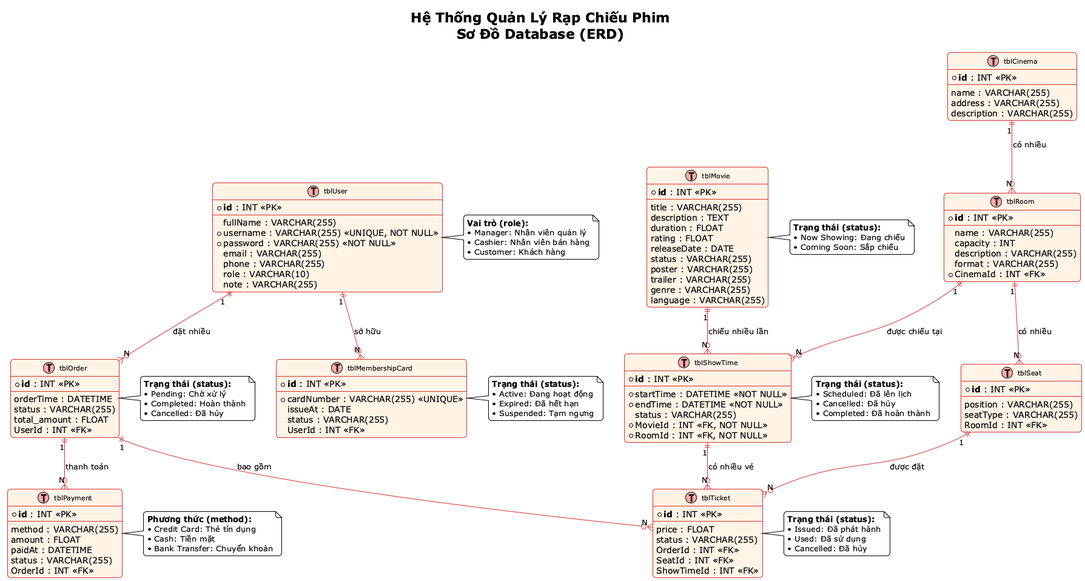
Above: database/Cinema Database Schema.png in ProMeX04/Cinema (PlantUML), before the change. Source of this version:
```plantuml
@startuml Cinema Database Schema
!theme plain
skinparam roundcorner 10
skinparam shadowing false

skinparam class {
    BackgroundColor #FFF4E6
    BorderColor #D32F2F
    ArrowColor #D32F2F
    FontSize 11
}

skinparam linetype {
    linecolor #D32F2F
    lineweight 2
}

title Hệ Thống Quản Lý Rạp Chiếu Phim\nSơ Đồ Database (ERD)

class tblUser << (T,#FFAAAA) >> {
    + **id** : INT <<PK>>
    --
    fullName : VARCHAR(255)
    + username : VARCHAR(255) <<UNIQUE, NOT NULL>>
    + password : VARCHAR(255) <<NOT NULL>>
    email : VARCHAR(255)
    phone : VARCHAR(255)
    role : VARCHAR(10)
    note : VARCHAR(255)
}

class tblCinema << (T,#FFAAAA) >> {
    + **id** : INT <<PK>>
    --
    name : VARCHAR(255)
    address : VARCHAR(255)
    description : VARCHAR(255)
}

class tblRoom << (T,#FFAAAA) >> {
    + **id** : INT <<PK>>
    --
    name : VARCHAR(255)
    capacity : INT
    description : VARCHAR(255)
    format : VARCHAR(255)
    + CinemaId : INT <<FK>>
}

class tblMovie << (T,#FFAAAA) >> {
    + **id** : INT <<PK>>
    --
    title : VARCHAR(255)
    description : TEXT
    duration : FLOAT
    rating : FLOAT
    releaseDate : DATE
    status : VARCHAR(255)
    poster : VARCHAR(255)
    trailer : VARCHAR(255)
    genre : VARCHAR(255)
    language : VARCHAR(255)
}

class tblShowTime << (T,#FFAAAA) >> {
    + **id** : INT <<PK>>
    --
    + startTime : DATETIME <<NOT NULL>>
    + endTime : DATETIME <<NOT NULL>>
    status : VARCHAR(255)
    + MovieId : INT <<FK, NOT NULL>>
    + RoomId : INT <<FK, NOT NULL>>
}

class tblSeat << (T,#FFAAAA) >> {
    + **id** : INT <<PK>>
    --
    position : VARCHAR(255)
    seatType : VARCHAR(255)
    RoomId : INT <<FK>>
}

class tblOrder << (T,#FFAAAA) >> {
    + **id** : INT <<PK>>
    --
    orderTime : DATETIME
    status : VARCHAR(255)
    total_amount : FLOAT
    UserId : INT <<FK>>
}

class tblTicket << (T,#FFAAAA) >> {
    + **id** : INT <<PK>>
    --
    price : FLOAT
    status : VARCHAR(255)
    OrderId : INT <<FK>>
    SeatId : INT <<FK>>
    ShowTimeId : INT <<FK>>
}

class tblPayment << (T,#FFAAAA) >> {
    + **id** : INT <<PK>>
    --
    method : VARCHAR(255)
    amount : FLOAT
    paidAt : DATETIME
    status : VARCHAR(255)
    OrderId : INT <<FK>>
}

class tblMembershipCard << (T,#FFAAAA) >> {
    + **id** : INT <<PK>>
    --
    + cardNumber : VARCHAR(255) <<UNIQUE>>
    issueAt : DATE
    status : VARCHAR(255)
    UserId : INT <<FK>>
}


tblCinema "1" ||--o{ "N" tblRoom : "có nhiều"

tblRoom "1" ||--o{ "N" tblSeat : "có nhiều"

tblMovie "1" ||--o{ "N" tblShowTime : "chiếu nhiều lần"

tblRoom "1" ||--o{ "N" tblShowTime : "được chiếu tại"

tblUser "1" ||--o{ "N" tblOrder : "đặt nhiều"

tblOrder "1" ||--o{ "N" tblTicket : "bao gồm"

tblSeat "1" ||--o{ "N" tblTicket : "được đặt"

tblShowTime "1" ||--o{ "N" tblTicket : "có nhiều vé"

tblOrder "1" ||--o{ "N" tblPayment : "thanh toán"

tblUser "1" ||--o{ "N" tblMembershipCard : "sở hữu"


note right of tblUser
    <b>Vai trò (role):</b>
    • Manager: Nhân viên quản lý
    • Cashier: Nhân viên bán hàng
    • Customer: Khách hàng
end note

note right of tblMovie
    <b>Trạng thái (status):</b>
    • Now Showing: Đang chiếu
    • Coming Soon: Sắp chiếu
end note

note right of tblShowTime
    <b>Trạng thái (status):</b>
    • Scheduled: Đã lên lịch
    • Cancelled: Đã hủy
    • Completed: Đã hoàn thành
end note

note right of tblOrder
    <b>Trạng thái (status):</b>
    • Pending: Chờ xử lý
    • Completed: Hoàn thành
    • Cancelled: Đã hủy
end note

note right of tblTicket
    <b>Trạng thái (status):</b>
    • Issued: Đã phát hành
    • Used: Đã sử dụng
    • Cancelled: Đã hủy
end note

note right of tblPayment
    <b>Phương thức (method):</b>
    • Credit Card: Thẻ tín dụng
    • Cash: Tiền mặt
    • Bank Transfer: Chuyển khoản
end note

note right of tblMembershipCard
    <b>Trạng thái (status):</b>
    • Active: Đang hoạt động
    • Expired: Đã hết hạn
    • Suspended: Tạm ngưng
end note

@enduml
```
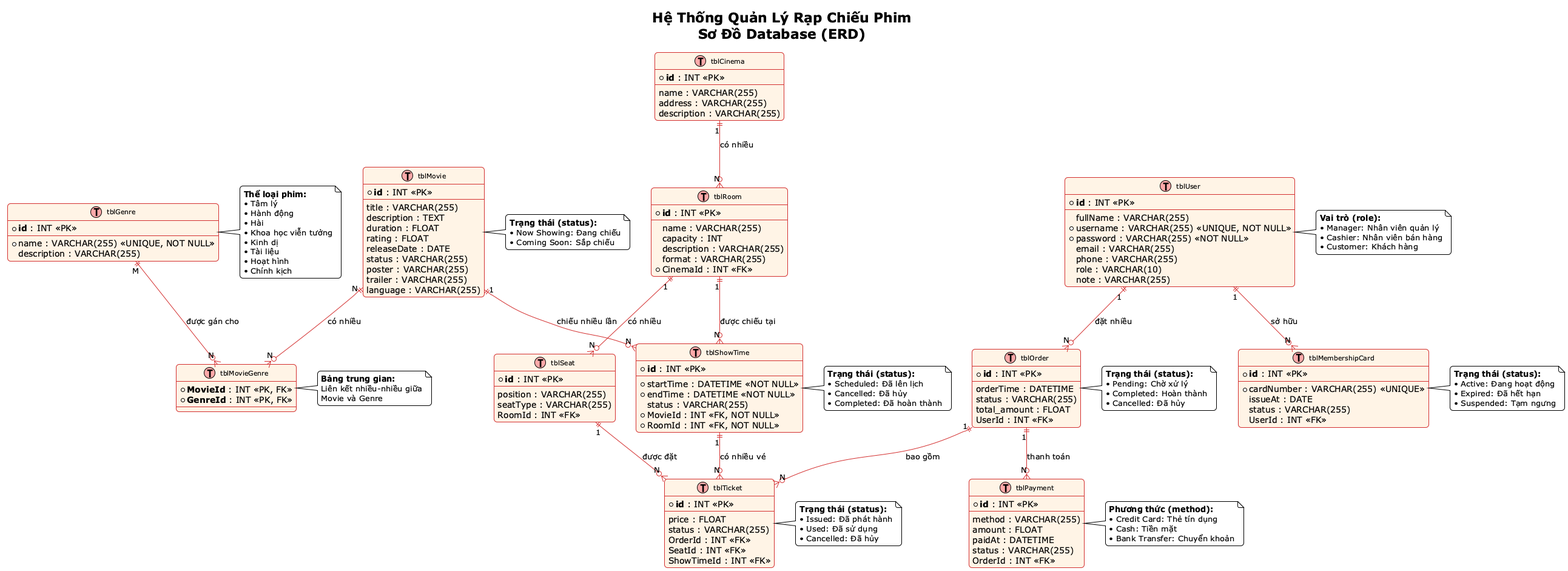
The same file after the commit.

The edit, as a diff of the source:
```diff
@@ -47,6 +47,13 @@
     + CinemaId : INT <<FK>>
 }
 
+class tblGenre << (T,#FFAAAA) >> {
+    + **id** : INT <<PK>>
+    --
+    + name : VARCHAR(255) <<UNIQUE, NOT NULL>>
+    description : VARCHAR(255)
+}
+
 class tblMovie << (T,#FFAAAA) >> {
     + **id** : INT <<PK>>
     --
@@ -58,8 +65,12 @@
     status : VARCHAR(255)
     poster : VARCHAR(255)
     trailer : VARCHAR(255)
-    genre : VARCHAR(255)
     language : VARCHAR(255)
+}
+
+class tblMovieGenre << (T,#FFAAAA) >> {
+    + **MovieId** : INT <<PK, FK>>
+    + **GenreId** : INT <<PK, FK>>
 }
 
 class tblShowTime << (T,#FFAAAA) >> {
@@ -127,6 +138,9 @@
 
 tblRoom "1" ||--o{ "N" tblShowTime : "được chiếu tại"
 
+tblMovie "N" ||--o{ "N" tblMovieGenre : "có nhiều"
+tblGenre "M" ||--o{ "N" tblMovieGenre : "được gán cho"
+
 tblUser "1" ||--o{ "N" tblOrder : "đặt nhiều"
 
 tblOrder "1" ||--o{ "N" tblTicket : "bao gồm"
@@ -151,6 +165,24 @@
     <b>Trạng thái (status):</b>
     • Now Showing: Đang chiếu
     • Coming Soon: Sắp chiếu
+end note
+
+note right of tblGenre
+    <b>Thể loại phim:</b>
+    • Tâm lý
+    • Hành động
+    • Hài
+    • Khoa học viễn tưởng
+    • Kinh dị
+    • Tài liệu
+    • Hoạt hình
+    • Chính kịch
+end note
+
+note right of tblMovieGenre
+    <b>Bảng trung gian:</b>
+    Liên kết nhiều-nhiều giữa
+    Movie và Genre
 end note
 
 note right of tblShowTime
```
